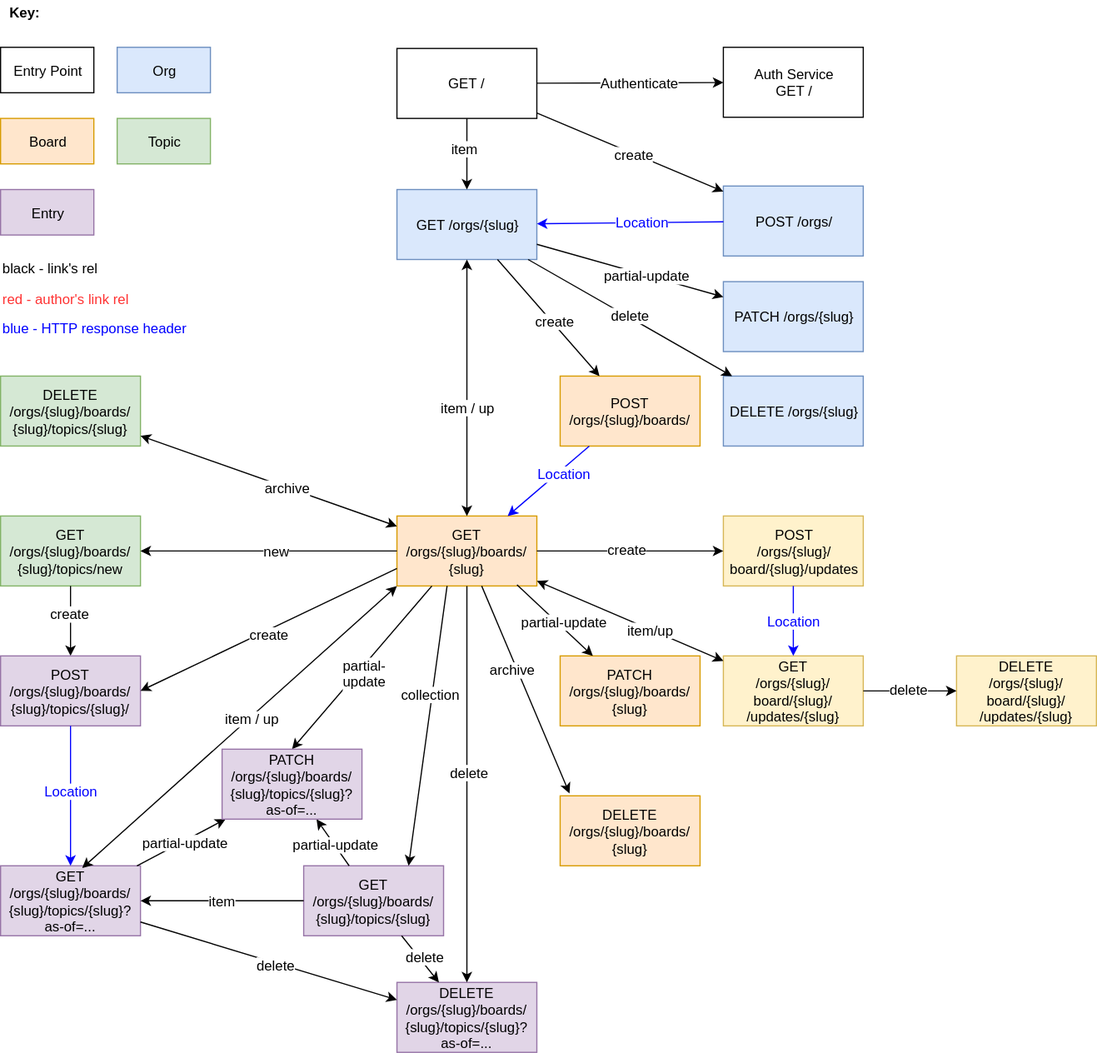
This is docs/OC-Storage-REST-API.svg from open-company/open-company-storage, a draw.io export, as it was before one commit. Source tidied: cells renumbered, new cells last; positions are measured from the earlier drawing's top-left corner, leaving out a move shared by most shapes.
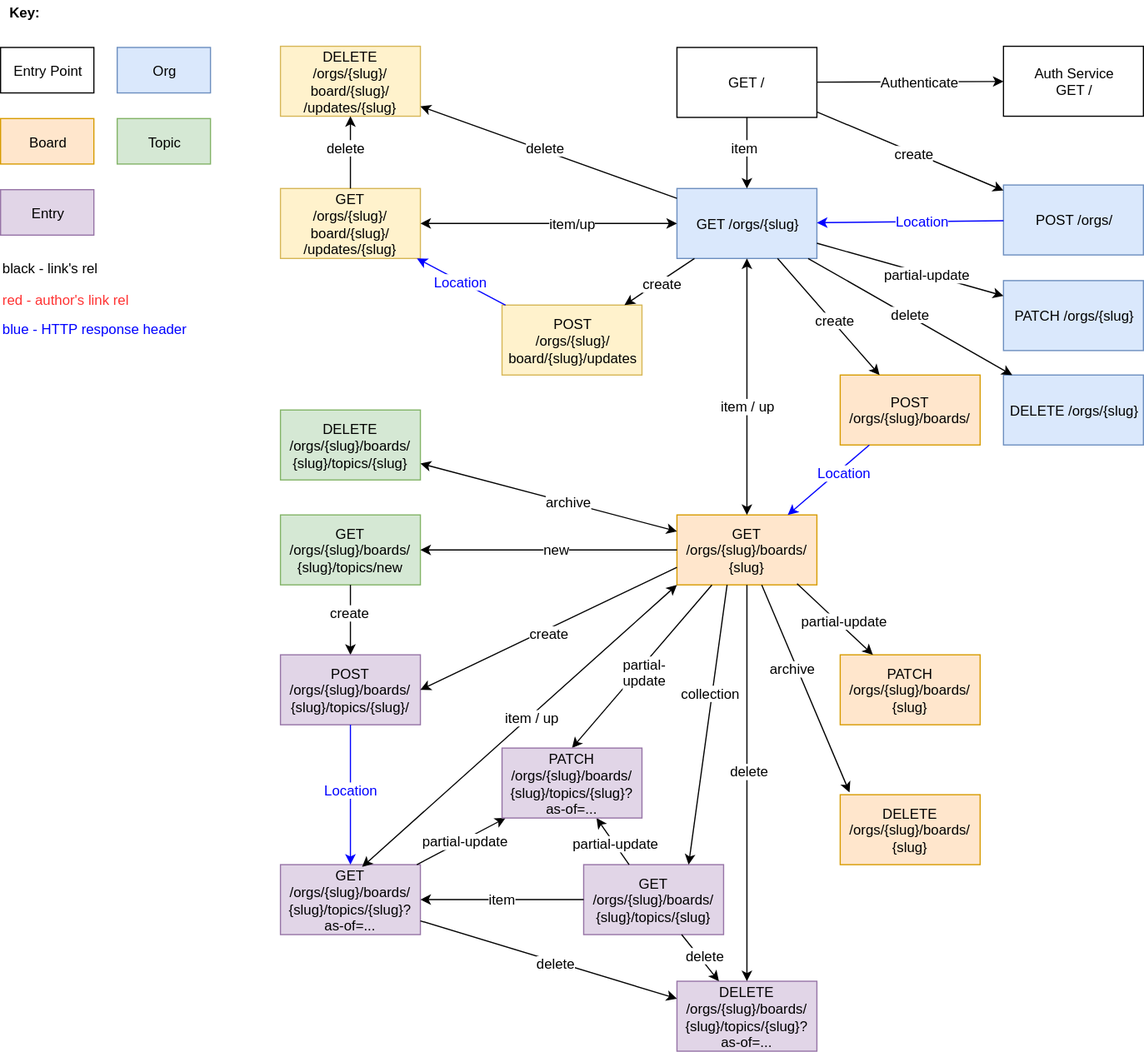
Later version of the same file.

Commit message:
Update diagram for update move to org.

Diff of the diagram source:
```diff
@@ -3,31 +3,31 @@
     <mxCell id="0" />
     <mxCell id="1" parent="0" />
     <mxCell id="2" value="Entry Point" style="whiteSpace=wrap;html=1;" parent="1" vertex="1">
-      <mxGeometry y="40" width="80" height="39" as="geometry" />
+      <mxGeometry x="-240" y="41" width="80" height="39" as="geometry" />
     </mxCell>
     <mxCell id="3" value="Topic" style="whiteSpace=wrap;html=1;fillColor=#d5e8d4;strokeColor=#82b366;" parent="1" vertex="1">
-      <mxGeometry x="100" y="101" width="80" height="39" as="geometry" />
+      <mxGeometry x="-140" y="102" width="80" height="39" as="geometry" />
     </mxCell>
     <mxCell id="4" value="Board" style="whiteSpace=wrap;html=1;fillColor=#ffe6cc;strokeColor=#d79b00;" parent="1" vertex="1">
-      <mxGeometry y="101" width="80" height="39" as="geometry" />
+      <mxGeometry x="-240" y="102" width="80" height="39" as="geometry" />
     </mxCell>
     <mxCell id="5" value="Org" style="whiteSpace=wrap;html=1;fillColor=#dae8fc;strokeColor=#6c8ebf;" parent="1" vertex="1">
-      <mxGeometry x="100" y="40" width="80" height="39" as="geometry" />
+      <mxGeometry x="-140" y="41" width="80" height="39" as="geometry" />
     </mxCell>
     <mxCell id="6" value="&lt;b&gt;Key:&lt;/b&gt;" style="text;html=1;strokeColor=none;fillColor=none;align=center;verticalAlign=middle;whiteSpace=wrap;" parent="1" vertex="1">
-      <mxGeometry width="40" height="20" as="geometry" />
+      <mxGeometry x="-240" y="1" width="40" height="20" as="geometry" />
     </mxCell>
     <mxCell id="7" value="black - link's rel" style="text;html=1;strokeColor=none;fillColor=none;align=left;verticalAlign=middle;whiteSpace=wrap;" parent="1" vertex="1">
-      <mxGeometry y="219" width="110" height="20" as="geometry" />
+      <mxGeometry x="-240" y="220" width="110" height="20" as="geometry" />
     </mxCell>
     <mxCell id="8" value="&lt;font color=&quot;#0000ff&quot;&gt;blue - HTTP response header&lt;/font&gt;" style="text;html=1;strokeColor=none;fillColor=none;align=left;verticalAlign=middle;whiteSpace=wrap;" parent="1" vertex="1">
-      <mxGeometry y="271" width="170" height="20" as="geometry" />
+      <mxGeometry x="-240" y="272" width="170" height="20" as="geometry" />
     </mxCell>
     <mxCell id="9" value="red - author's link rel" style="text;html=1;strokeColor=none;fillColor=none;align=left;verticalAlign=middle;whiteSpace=wrap;fontColor=#FF3333;" parent="1" vertex="1">
-      <mxGeometry y="246" width="122" height="20" as="geometry" />
+      <mxGeometry x="-240" y="247" width="122" height="20" as="geometry" />
     </mxCell>
     <mxCell id="10" value="Entry" style="whiteSpace=wrap;html=1;fillColor=#e1d5e7;strokeColor=#9673a6;" parent="1" vertex="1">
-      <mxGeometry y="162" width="80" height="39" as="geometry" />
+      <mxGeometry x="-240" y="163" width="80" height="39" as="geometry" />
     </mxCell>
     <mxCell id="11" value="&lt;font color=&quot;#000000&quot;&gt;GET /&lt;/font&gt;" style="whiteSpace=wrap;html=1;fontSize=12;fontColor=#FF3333;" parent="1" vertex="1">
       <mxGeometry x="340" y="41" width="120" height="60" as="geometry" />
@@ -119,7 +119,7 @@
       </mxGeometry>
     </mxCell>
     <mxCell id="40" value="DELETE /orgs/{slug}/boards/&lt;div&gt;{slug}/topics/{slug}&lt;/div&gt;" style="whiteSpace=wrap;html=1;fontSize=12;fontColor=#000000;fillColor=#d5e8d4;strokeColor=#82b366;" parent="1" vertex="1">
-      <mxGeometry y="322" width="120" height="60" as="geometry" />
+      <mxGeometry y="352" width="120" height="60" as="geometry" />
     </mxCell>
     <mxCell id="41" style="endArrow=classic;html=1;strokeColor=#000000;fontSize=12;fontColor=#FF3333;startArrow=classic;startFill=1;" parent="1" edge="1" source="29" target="40">
       <mxGeometry relative="1" as="geometry" />
@@ -195,13 +195,13 @@
       </mxGeometry>
     </mxCell>
     <mxCell id="62" value="POST&lt;div&gt;/orgs/{slug}/&lt;div&gt;board/{slug}/&lt;span&gt;updates&lt;/span&gt;&lt;/div&gt;&lt;/div&gt;" style="whiteSpace=wrap;html=1;fontSize=12;fontColor=#000000;fillColor=#fff2cc;strokeColor=#d6b656;" parent="1" vertex="1">
-      <mxGeometry x="620" y="442" width="120" height="60" as="geometry" />
+      <mxGeometry x="190" y="262" width="120" height="60" as="geometry" />
     </mxCell>
     <mxCell id="63" value="&lt;span&gt;GET&lt;/span&gt;&lt;div&gt;/orgs/{slug}/&lt;div&gt;board/{slug}/&lt;/div&gt;&lt;div&gt;/updates/{slug}&lt;/div&gt;&lt;/div&gt;" style="whiteSpace=wrap;html=1;fontSize=12;fontColor=#000000;fillColor=#fff2cc;strokeColor=#d6b656;" parent="1" vertex="1">
-      <mxGeometry x="620" y="562" width="120" height="60" as="geometry" />
+      <mxGeometry y="162" width="120" height="60" as="geometry" />
     </mxCell>
     <mxCell id="64" value="&lt;span&gt;DELETE&lt;/span&gt;&lt;div&gt;/orgs/{slug}/&lt;div&gt;board/{slug}/&lt;/div&gt;&lt;div&gt;/updates/{slug}&lt;/div&gt;&lt;/div&gt;" style="whiteSpace=wrap;html=1;fontSize=12;fontColor=#000000;fillColor=#fff2cc;strokeColor=#d6b656;" parent="1" vertex="1">
-      <mxGeometry x="820" y="562" width="120" height="60" as="geometry" />
+      <mxGeometry y="40" width="120" height="60" as="geometry" />
     </mxCell>
     <mxCell id="65" value="DELETE /orgs/{slug}/boards/&lt;div&gt;{slug}&lt;/div&gt;" style="whiteSpace=wrap;html=1;fontSize=12;fontColor=#000000;fillColor=#ffe6cc;strokeColor=#d79b00;" parent="1" vertex="1">
       <mxGeometry x="480" y="682" width="120" height="60" as="geometry" />
@@ -214,18 +214,18 @@
         <mxPoint x="-3" as="offset" />
       </mxGeometry>
     </mxCell>
-    <mxCell id="68" style="endArrow=classic;html=1;strokeColor=#000000;fontSize=12;fontColor=#000000;" parent="1" edge="1" source="29" target="62">
+    <mxCell id="68" style="endArrow=classic;html=1;strokeColor=#000000;fontSize=12;fontColor=#000000;" parent="1" edge="1" source="12" target="62">
       <mxGeometry relative="1" as="geometry" />
     </mxCell>
     <mxCell id="69" value="create" style="text;html=1;align=center;verticalAlign=middle;labelBackgroundColor=#ffffff;fontSize=12;fontColor=#000000;" parent="68" vertex="1">
       <mxGeometry x="-0.03" y="2" relative="1" as="geometry" />
     </mxCell>
-    <mxCell id="70" style="endArrow=classic;startArrow=classic;html=1;strokeColor=#000000;fontSize=12;fontColor=#000000;" parent="1" edge="1" source="29" target="63">
+    <mxCell id="70" style="endArrow=classic;startArrow=classic;html=1;strokeColor=#000000;fontSize=12;fontColor=#000000;exitX=0;exitY=0.5;" parent="1" edge="1" source="12" target="63">
       <mxGeometry relative="1" as="geometry" />
     </mxCell>
     <mxCell id="71" value="item/up" style="text;html=1;align=center;verticalAlign=middle;labelBackgroundColor=#ffffff;fontSize=12;fontColor=#000000;" parent="70" vertex="1">
       <mxGeometry x="0.19" y="-3" relative="1" as="geometry">
-        <mxPoint x="4" y="-2" as="offset" />
+        <mxPoint x="41" y="2" as="offset" />
       </mxGeometry>
     </mxCell>
     <mxCell id="72" value="&lt;font color=&quot;#0000ff&quot;&gt;Location&lt;/font&gt;" style="endArrow=classic;html=1;strokeColor=#0000FF;fontSize=12;fontColor=#000000;" parent="1" edge="1" source="62" target="63">
@@ -235,7 +235,9 @@
       <mxGeometry relative="1" as="geometry" />
     </mxCell>
     <mxCell id="74" value="delete" style="text;html=1;align=center;verticalAlign=middle;labelBackgroundColor=#ffffff;fontSize=12;fontColor=#000000;" parent="73" vertex="1">
-      <mxGeometry x="-0.03" y="2" relative="1" as="geometry" />
+      <mxGeometry x="-0.03" y="2" relative="1" as="geometry">
+        <mxPoint x="-2" y="-6" as="offset" />
+      </mxGeometry>
     </mxCell>
     <mxCell id="75" value="&lt;span&gt;POST /orgs/{slug}/boards/&lt;/span&gt;&lt;div&gt;{slug}/topics/{slug}/&lt;/div&gt;" style="whiteSpace=wrap;html=1;fontSize=12;fontColor=#000000;fillColor=#e1d5e7;strokeColor=#9673a6;" parent="1" vertex="1">
       <mxGeometry y="562" width="120" height="60" as="geometry" />
@@ -277,5 +279,11 @@
     <mxCell id="86" value="collection" style="text;html=1;align=center;verticalAlign=middle;labelBackgroundColor=#ffffff;fontSize=12;fontColor=#000000;" parent="85" vertex="1">
       <mxGeometry x="-0.23" y="-2" relative="1" as="geometry" />
     </mxCell>
+    <mxCell id="87" style="endArrow=classic;html=1;strokeColor=#000000;fontSize=12;fontColor=#000000;" parent="1" edge="1" source="12" target="64">
+      <mxGeometry relative="1" as="geometry" />
+    </mxCell>
+    <mxCell id="88" value="delete" style="text;html=1;align=center;verticalAlign=middle;labelBackgroundColor=#ffffff;fontSize=12;fontColor=#000000;" parent="87" vertex="1">
+      <mxGeometry x="0.04" y="-3" relative="1" as="geometry" />
+    </mxCell>
   </root>
 </mxGraphModel>
```
